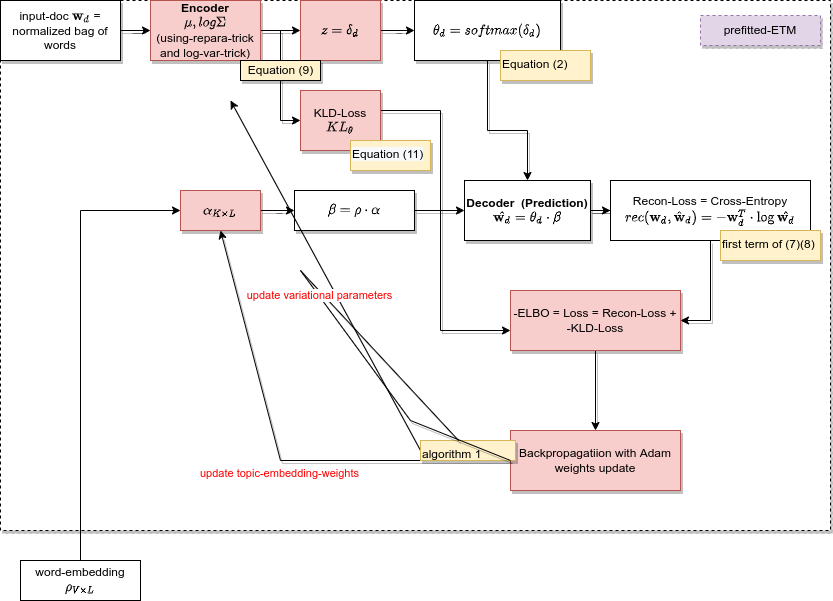
hanhluukim/replication-topic-modelling-in-embedding-space keeps this draw.io diagram as draw_pipeline/ETM.drawio.png. Above is the earlier version. Source tidied: cells renumbered, new cells last; positions are measured from the earlier drawing's top-left corner, leaving out a move shared by most shapes.
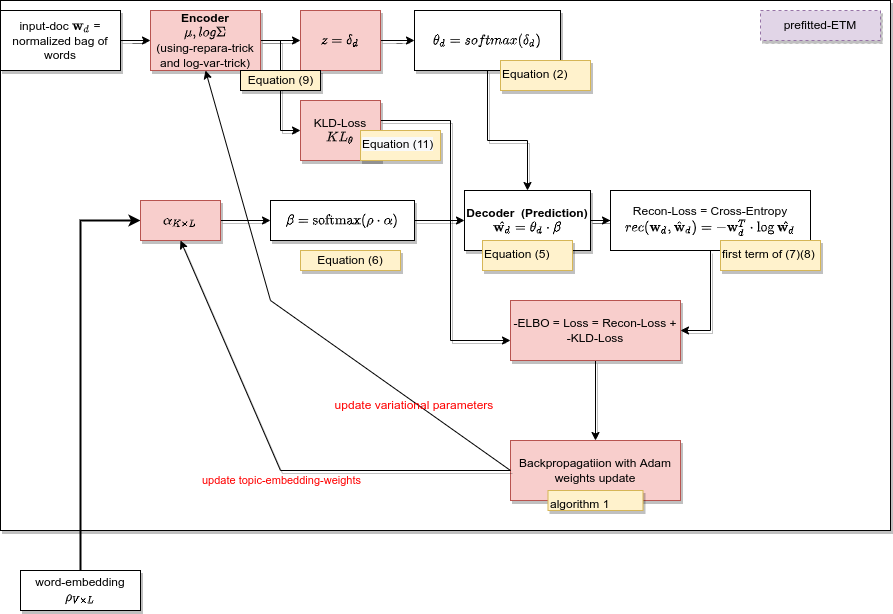
The same diagram one commit later.

The edit, as a diff of the source:
```diff
@@ -2,9 +2,9 @@
   <root>
     <mxCell id="0" />
     <mxCell id="1" parent="0" />
-    <mxCell id="2" style="rounded=0;whiteSpace=wrap;html=1;shadow=1;labelBackgroundColor=none;fontColor=#FF0000;strokeColor=default;dashed=1;" parent="1" vertex="1">
-      <mxGeometry width="830" height="530" as="geometry" />
-    </mxCell>
+    <mxCell id="38" style="rounded=0;whiteSpace=wrap;html=1;shadow=1;fontColor=#FF0000;" parent="1" vertex="1">
+      <mxGeometry y="-10" width="890" height="530" as="geometry" />
+    </mxCell>
     <mxCell id="3" style="edgeStyle=orthogonalEdgeStyle;rounded=0;jettySize=auto;html=1;shadow=1;" parent="1" edge="1" source="4" target="8">
       <mxGeometry relative="1" as="geometry" />
     </mxCell>
@@ -33,27 +33,27 @@
     <mxCell id="10" value="\(\theta_d = softmax(\delta_d)\)" style="whiteSpace=wrap;html=1;rounded=0;shadow=1;" parent="1" vertex="1">
       <mxGeometry x="414" width="146" height="60" as="geometry" />
     </mxCell>
-    <mxCell id="11" style="edgeStyle=orthogonalEdgeStyle;rounded=0;jettySize=auto;html=1;entryX=0;entryY=0.5;entryDx=0;entryDy=0;" parent="1" edge="1" source="12" target="14">
+    <mxCell id="11" style="edgeStyle=orthogonalEdgeStyle;rounded=0;jettySize=auto;html=1;entryX=0;entryY=0.5;entryDx=0;entryDy=0;strokeWidth=2;" parent="1" edge="1" source="12" target="14">
       <mxGeometry relative="1" as="geometry">
         <Array as="points">
           <mxPoint x="80" y="210" />
         </Array>
       </mxGeometry>
     </mxCell>
-    <mxCell id="12" value="word-embedding&lt;br&gt;\(\rho_{V \times L}\)" style="whiteSpace=wrap;html=1;rounded=0;" parent="1" vertex="1">
+    <mxCell id="12" value="word-embedding&lt;br&gt;\(\rho_{V \times L}\)" style="whiteSpace=wrap;html=1;rounded=0;shadow=1;" parent="1" vertex="1">
       <mxGeometry x="20" y="560" width="120" height="40" as="geometry" />
     </mxCell>
     <mxCell id="13" style="edgeStyle=orthogonalEdgeStyle;rounded=0;jettySize=auto;html=1;shadow=1;" parent="1" edge="1" source="14" target="16">
       <mxGeometry relative="1" as="geometry" />
     </mxCell>
     <mxCell id="14" value="\(\alpha_{K \times L}\)" style="whiteSpace=wrap;html=1;rounded=0;fillColor=#f8cecc;strokeColor=#b85450;shadow=1;" parent="1" vertex="1">
-      <mxGeometry x="180" y="190" width="80" height="40" as="geometry" />
+      <mxGeometry x="140" y="190" width="80" height="40" as="geometry" />
     </mxCell>
     <mxCell id="15" style="edgeStyle=orthogonalEdgeStyle;rounded=0;jettySize=auto;html=1;entryX=0;entryY=0.5;entryDx=0;entryDy=0;shadow=1;" parent="1" edge="1" source="16" target="18">
       <mxGeometry relative="1" as="geometry" />
     </mxCell>
-    <mxCell id="16" value="\(\beta = \rho \cdot \alpha\)" style="whiteSpace=wrap;html=1;rounded=0;shadow=1;" parent="1" vertex="1">
-      <mxGeometry x="294" y="190" width="120" height="40" as="geometry" />
+    <mxCell id="16" value="\(\beta = \text{softmax}(\rho \cdot \alpha)\)" style="whiteSpace=wrap;html=1;rounded=0;shadow=1;" parent="1" vertex="1">
+      <mxGeometry x="270" y="190" width="144" height="40" as="geometry" />
     </mxCell>
     <mxCell id="17" style="edgeStyle=orthogonalEdgeStyle;rounded=0;jettySize=auto;html=1;shadow=1;" parent="1" edge="1" source="18" target="20">
       <mxGeometry relative="1" as="geometry" />
@@ -76,8 +76,8 @@
     <mxCell id="23" style="edgeStyle=orthogonalEdgeStyle;rounded=0;jettySize=auto;html=1;shadow=1;" parent="1" edge="1" source="24" target="29">
       <mxGeometry relative="1" as="geometry">
         <Array as="points">
-          <mxPoint x="440" y="110" />
-          <mxPoint x="440" y="330" />
+          <mxPoint x="450" y="110" />
+          <mxPoint x="450" y="330" />
         </Array>
       </mxGeometry>
     </mxCell>
@@ -88,7 +88,7 @@
       <mxGeometry x="500" y="50" width="90" height="30" as="geometry" />
     </mxCell>
     <mxCell id="26" value="&lt;span style=&quot;color: rgb(0, 0, 0); font-family: Helvetica; font-size: 12px; font-style: normal; font-variant-ligatures: normal; font-variant-caps: normal; font-weight: 400; letter-spacing: normal; orphans: 2; text-align: center; text-indent: 0px; text-transform: none; widows: 2; word-spacing: 0px; -webkit-text-stroke-width: 0px; background-color: rgb(248, 249, 250); text-decoration-thickness: initial; text-decoration-style: initial; text-decoration-color: initial; float: none; display: inline !important;&quot;&gt;Equation (11)&lt;/span&gt;" style="text;whiteSpace=wrap;html=1;fillColor=#fff2cc;strokeColor=#d6b656;shadow=1;" parent="1" vertex="1">
-      <mxGeometry x="350" y="140" width="80" height="30" as="geometry" />
+      <mxGeometry x="360" y="120" width="80" height="30" as="geometry" />
     </mxCell>
     <mxCell id="27" value="&lt;div style=&quot;text-align: center;&quot;&gt;&lt;span style=&quot;background-color: initial;&quot;&gt;first term of (7)(8)&lt;/span&gt;&lt;/div&gt;" style="text;whiteSpace=wrap;html=1;fillColor=#fff2cc;strokeColor=#d6b656;shadow=1;" parent="1" vertex="1">
       <mxGeometry x="720" y="230" width="100" height="30" as="geometry" />
@@ -99,11 +99,6 @@
     <mxCell id="29" value="-ELBO = Loss = Recon-Loss + -KLD-Loss" style="whiteSpace=wrap;html=1;rounded=0;fillColor=#f8cecc;strokeColor=#b85450;shadow=1;" parent="1" vertex="1">
       <mxGeometry x="510" y="290" width="170" height="60" as="geometry" />
     </mxCell>
-    <mxCell id="30" style="endArrow=classic;html=1;rounded=0;shadow=1;exitX=0;exitY=0.5;exitDx=0;exitDy=0;startArrow=none;" parent="1" edge="1" source="35">
-      <mxGeometry relative="1" as="geometry">
-        <mxPoint x="230" y="100" as="targetPoint" />
-      </mxGeometry>
-    </mxCell>
     <mxCell id="31" value="Backpropagatiion with Adam&lt;br&gt;weights update" style="whiteSpace=wrap;html=1;rounded=0;fillColor=#f8cecc;strokeColor=#b85450;shadow=1;" parent="1" vertex="1">
       <mxGeometry x="510" y="430" width="170" height="60" as="geometry" />
     </mxCell>
@@ -116,25 +111,30 @@
     </mxCell>
     <mxCell id="33" value="update topic-embedding-weights" style="edgeLabel;html=1;align=center;verticalAlign=middle;rounded=0;shadow=1;labelBackgroundColor=none;fontColor=#FF0000;strokeColor=default;" parent="32" vertex="1">
       <mxGeometry relative="1" as="geometry">
-        <mxPoint y="16" as="offset" />
+        <mxPoint x="4" y="19" as="offset" />
       </mxGeometry>
     </mxCell>
     <mxCell id="34" value="prefitted-ETM" style="text;html=1;strokeColor=#9673a6;fillColor=#e1d5e7;align=center;verticalAlign=middle;whiteSpace=wrap;rounded=0;shadow=1;dashed=1;labelBackgroundColor=none;" parent="1" vertex="1">
-      <mxGeometry x="700" y="15" width="120" height="30" as="geometry" />
+      <mxGeometry x="760" width="120" height="30" as="geometry" />
     </mxCell>
     <mxCell id="35" value="&lt;div style=&quot;text-align: center;&quot;&gt;&lt;span style=&quot;background-color: initial;&quot;&gt;&lt;font color=&quot;#000000&quot;&gt;algorithm 1&lt;/font&gt;&lt;/span&gt;&lt;/div&gt;" style="text;whiteSpace=wrap;html=1;fillColor=#fff2cc;strokeColor=#d6b656;shadow=1;" parent="1" vertex="1">
-      <mxGeometry x="420" y="440" width="95" height="20" as="geometry" />
+      <mxGeometry x="547.5" y="480" width="95" height="20" as="geometry" />
     </mxCell>
-    <mxCell id="36" style="endArrow=none;html=1;rounded=0;shadow=1;exitX=0;exitY=0.5;exitDx=0;exitDy=0;" parent="1" edge="1" source="31" target="35">
-      <mxGeometry relative="1" as="geometry">
-        <Array as="points">
-          <mxPoint x="410" y="420" />
-          <mxPoint x="300" y="270" />
-        </Array>
-      </mxGeometry>
-    </mxCell>
+    <mxCell id="39" value="&lt;div style=&quot;text-align: center;&quot;&gt;&lt;span style=&quot;background-color: initial;&quot;&gt;Equation (5)&lt;/span&gt;&lt;/div&gt;" style="text;whiteSpace=wrap;html=1;fillColor=#fff2cc;strokeColor=#d6b656;shadow=1;" parent="1" vertex="1">
+      <mxGeometry x="482" y="230" width="90" height="30" as="geometry" />
+    </mxCell>
+    <mxCell id="40" style="endArrow=classic;html=1;rounded=0;exitX=0;exitY=0.5;exitDx=0;exitDy=0;entryX=0.5;entryY=1;entryDx=0;entryDy=0;" parent="1" edge="1" source="31" target="8">
+      <mxGeometry relative="1" as="geometry">
+        <Array as="points">
+          <mxPoint x="270" y="290" />
+        </Array>
+      </mxGeometry>
+    </mxCell>
+    <mxCell id="41" value="Equation (6)" style="text;html=1;strokeColor=#d6b656;fillColor=#fff2cc;align=center;verticalAlign=middle;whiteSpace=wrap;rounded=0;shadow=1;" parent="1" vertex="1">
+      <mxGeometry x="300" y="240" width="100" height="20" as="geometry" />
+    </mxCell>
-    <mxCell id="37" value="update variational parameters" style="edgeLabel;html=1;align=center;verticalAlign=middle;rounded=0;shadow=1;strokeColor=default;fontColor=#FF0000;" parent="36" vertex="1">
-      <mxGeometry relative="1" as="geometry" />
+    <mxCell id="37" value="&lt;font color=&quot;#ff0000&quot;&gt;update variational parameters&lt;/font&gt;" style="text;html=1;strokeColor=none;fillColor=none;align=center;verticalAlign=middle;whiteSpace=wrap;rounded=0;shadow=1;" parent="1" vertex="1">
+      <mxGeometry x="324" y="380" width="180" height="30" as="geometry" />
     </mxCell>
   </root>
 </mxGraphModel>
```
